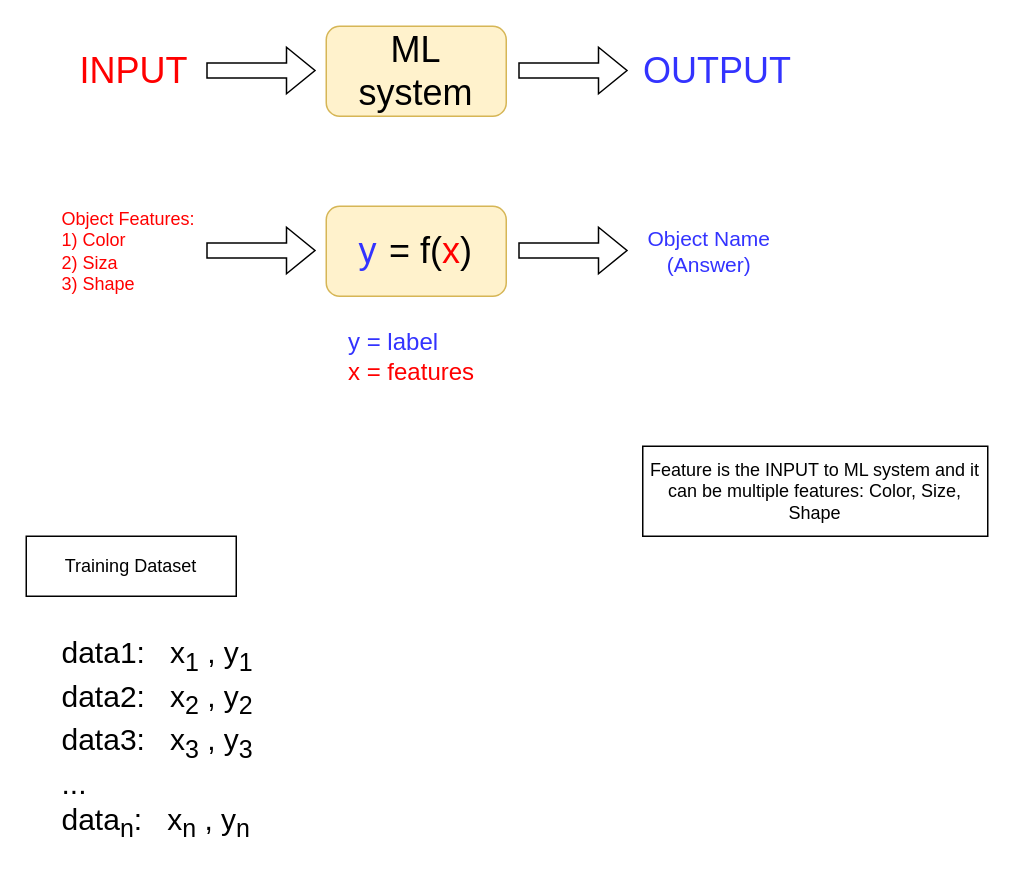
This is Untitled Diagram.drawio from sulungcayadi/hello-world, a draw.io file, before an edit. Source tidied: cells renumbered, new cells numbered last; positions are measured from the earlier drawing's top-left corner, leaving out a move shared by most shapes. Both pictures are drawn from the tidied source at 150%, with x=0, y=0 at pixel (26, 26).
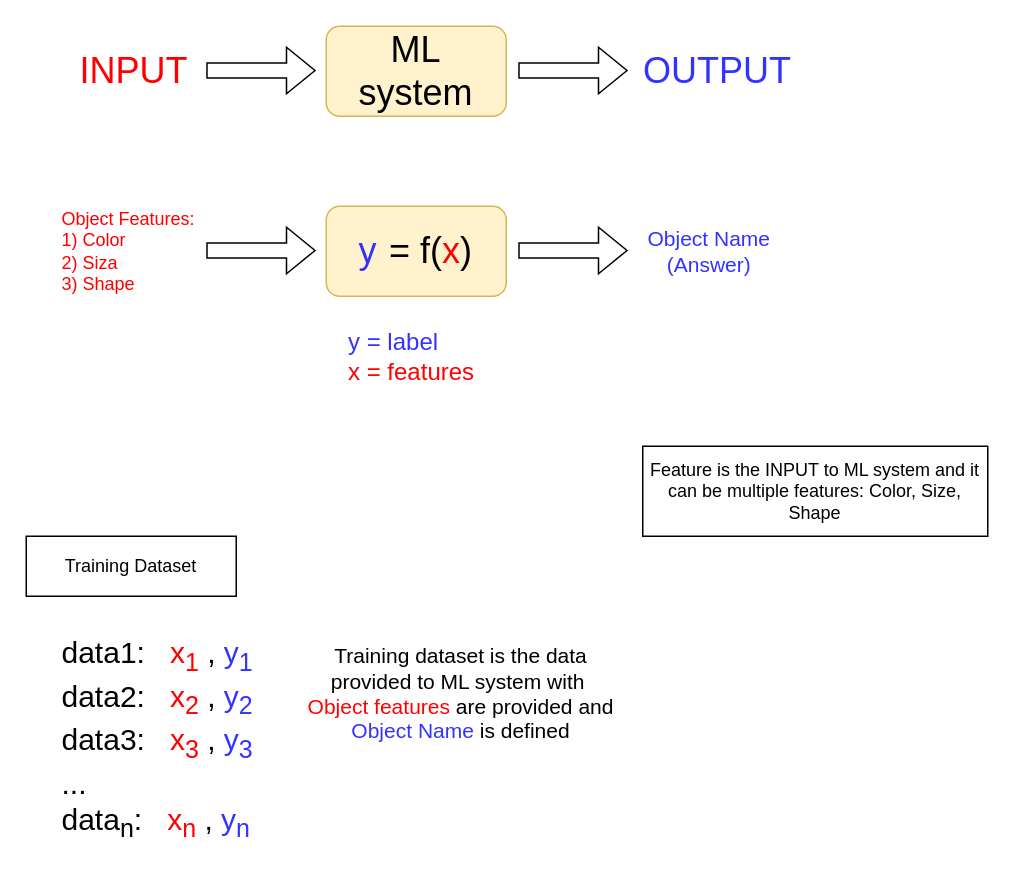
Above is the later version.

Diff of the diagram source:
```diff
@@
-    <mxCell id="16" value="&lt;font style=&quot;font-size: 20px;&quot;&gt;data1:&amp;nbsp; &amp;nbsp;x&lt;sub&gt;1&lt;/sub&gt; , y&lt;sub&gt;1&lt;/sub&gt;&lt;/font&gt;&lt;div&gt;&lt;font style=&quot;font-size: 20px;&quot;&gt;data2:&amp;nbsp; &amp;nbsp;x&lt;sub&gt;2&lt;/sub&gt; , y&lt;sub&gt;2&lt;/sub&gt; data3:&amp;nbsp; &amp;nbsp;x&lt;sub&gt;3&lt;/sub&gt; , y&lt;sub&gt;3&lt;/sub&gt;&lt;br&gt;&lt;/font&gt;&lt;/div&gt;&lt;div&gt;&lt;font style=&quot;font-size: 20px;&quot;&gt;...&lt;/font&gt;&lt;/div&gt;&lt;div&gt;&lt;font style=&quot;font-size: 20px;&quot;&gt;data&lt;sub&gt;n&lt;/sub&gt;:&amp;nbsp; &amp;nbsp;x&lt;sub&gt;n&lt;/sub&gt; , y&lt;sub&gt;n&lt;/sub&gt;&lt;/font&gt;&lt;/div&gt;" style="rounded=0;whiteSpace=wrap;html=1;align=left;strokeColor=none;" parent="1" vertex="1">
+    <mxCell id="16" value="&lt;font style=&quot;font-size: 20px;&quot;&gt;data1:&amp;nbsp; &amp;nbsp;&lt;font color=&quot;#ff0000&quot;&gt;x&lt;sub&gt;1&lt;/sub&gt;&lt;/font&gt; , &lt;font color=&quot;#3333ff&quot;&gt;y&lt;sub&gt;1&lt;/sub&gt;&lt;/font&gt;&lt;/font&gt;&lt;div&gt;&lt;font style=&quot;font-size: 20px;&quot;&gt;data2:&amp;nbsp; &amp;nbsp;&lt;font color=&quot;#ff0000&quot;&gt;x&lt;sub&gt;2&lt;/sub&gt;&lt;/font&gt; , &lt;font color=&quot;#3333ff&quot;&gt;y&lt;sub&gt;2&lt;/sub&gt;&lt;/font&gt; data3:&amp;nbsp; &amp;nbsp;&lt;font color=&quot;#ff0000&quot;&gt;x&lt;sub&gt;3&lt;/sub&gt;&lt;/font&gt; , &lt;font color=&quot;#3333ff&quot;&gt;y&lt;sub&gt;3&lt;/sub&gt;&lt;/font&gt;&lt;br&gt;&lt;/font&gt;&lt;/div&gt;&lt;div&gt;&lt;font style=&quot;font-size: 20px;&quot;&gt;...&lt;/font&gt;&lt;/div&gt;&lt;div&gt;&lt;font style=&quot;font-size: 20px;&quot;&gt;data&lt;sub&gt;n&lt;/sub&gt;:&amp;nbsp; &amp;nbsp;&lt;font color=&quot;#ff0000&quot;&gt;x&lt;sub&gt;n&lt;/sub&gt;&lt;/font&gt; , &lt;font color=&quot;#3333ff&quot;&gt;y&lt;sub&gt;n&lt;/sub&gt;&lt;/font&gt;&lt;/font&gt;&lt;/div&gt;" style="rounded=0;whiteSpace=wrap;html=1;align=left;strokeColor=none;" parent="1" vertex="1">
       <mxGeometry x="22" y="390" width="148" height="170" as="geometry" />
     </mxCell>
+    <mxCell id="17" value="Training dataset is the data provided to ML system with&amp;nbsp;&lt;div&gt;&lt;font color=&quot;#ff0000&quot;&gt;Object features&lt;/font&gt; are provided and &lt;font color=&quot;#3333ff&quot;&gt;Object Name&lt;/font&gt; is defined&lt;/div&gt;" style="rounded=1;whiteSpace=wrap;html=1;fillColor=none;strokeColor=none;fontSize=14;" parent="1" vertex="1">
+      <mxGeometry x="180" y="410" width="220" height="70" as="geometry" />
+    </mxCell>
```
